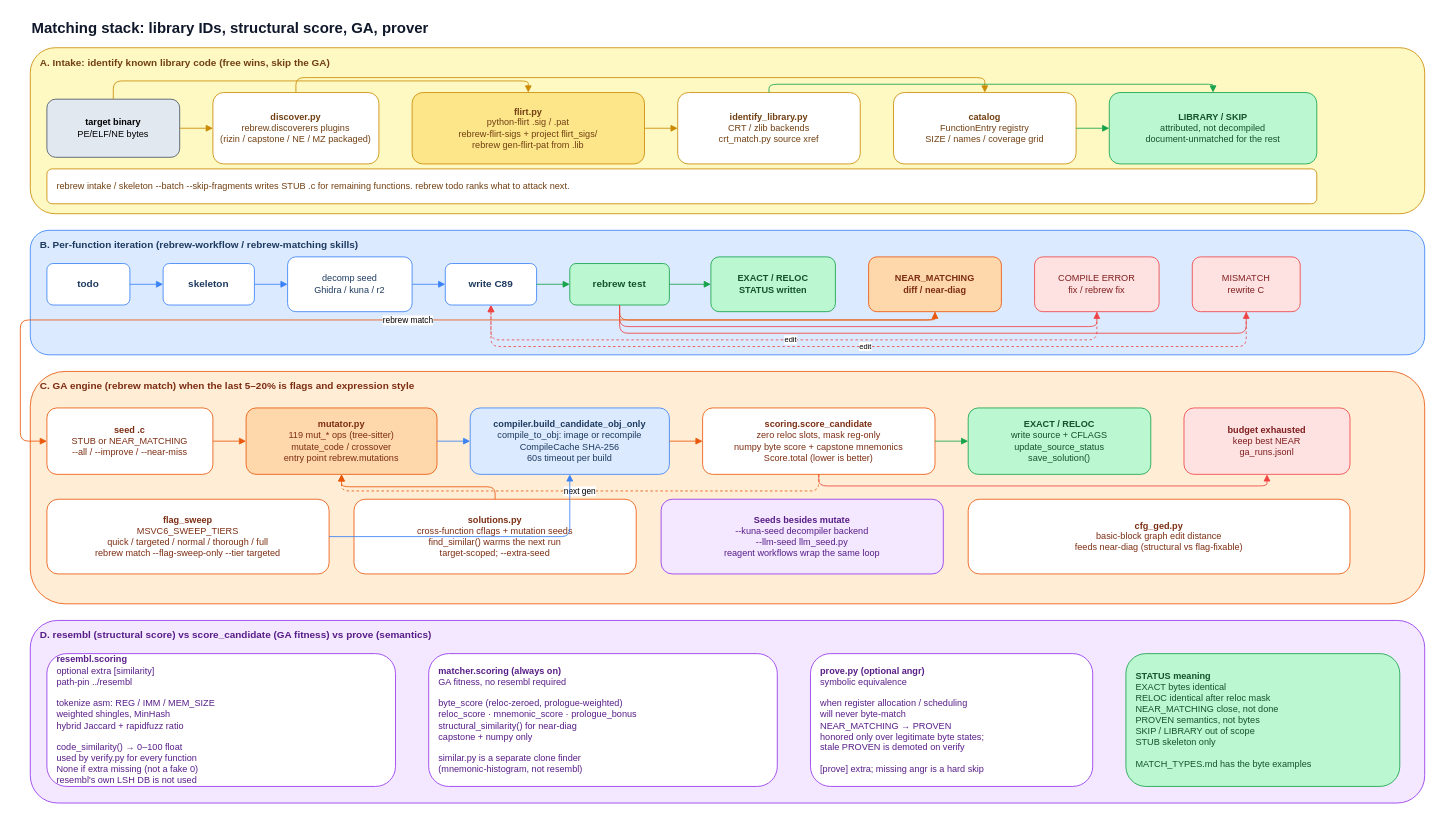
This is page "4. FLIRT, resembl, GA" (4 of 9) of docs/architecture.drawio from maci0/rebrew, a draw.io file, before an edit. Source tidied: cells renumbered, new cells numbered last; positions are measured from the earlier drawing's top-left corner, leaving out a move shared by most shapes. Both pictures are drawn from the tidied source at 83%, with x=0, y=0 at pixel (20, 14).
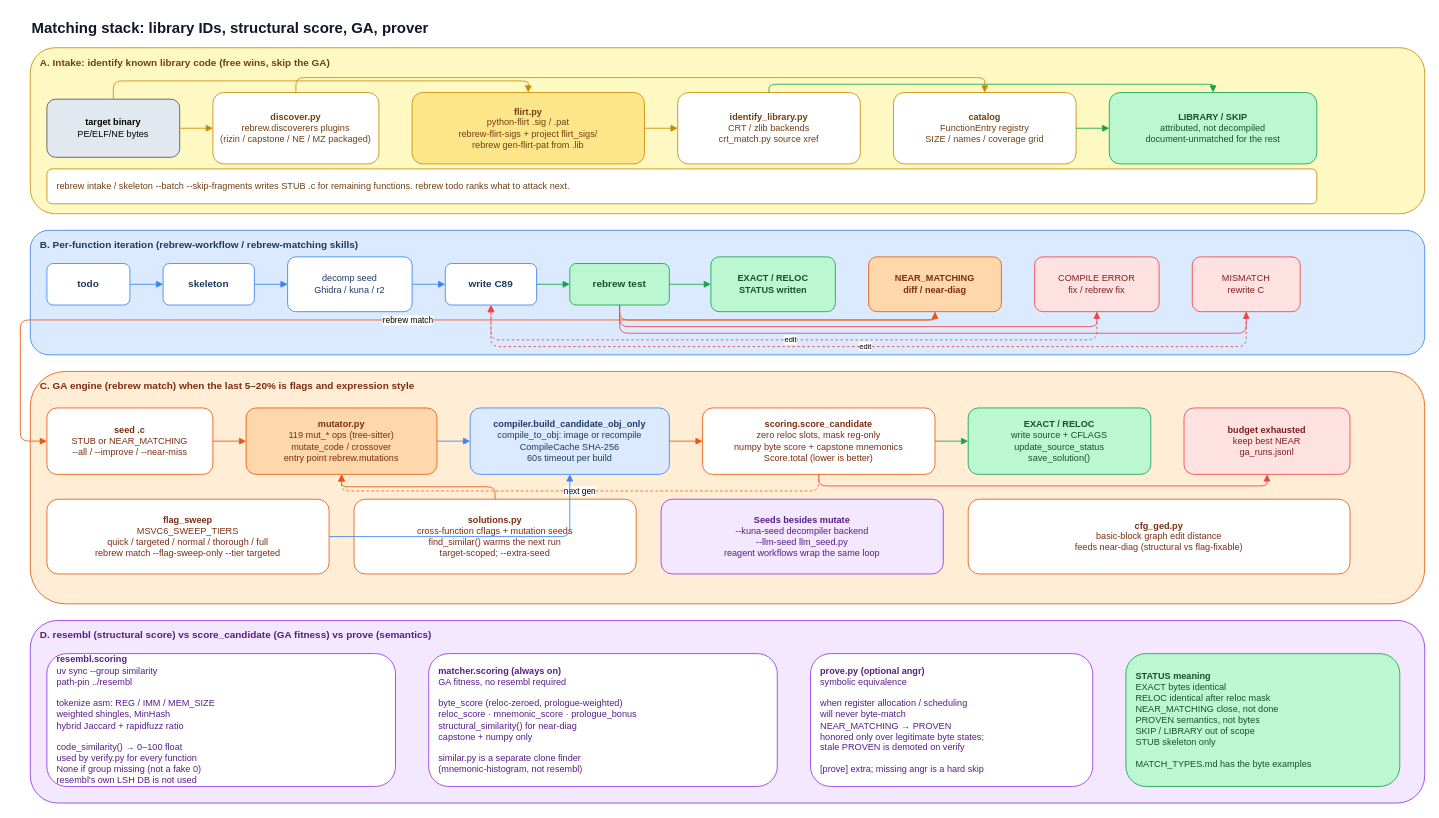
After the change.

Change to the diagram source:
```diff
@@
-    <mxCell id="58" value="&lt;b&gt;resembl.scoring&lt;/b&gt;&lt;br&gt;optional extra [similarity]&lt;br&gt;path-pin ../resembl&lt;br&gt;&lt;br&gt;tokenize asm: REG / IMM / MEM_SIZE&lt;br&gt;weighted shingles, MinHash&lt;br&gt;hybrid Jaccard + rapidfuzz ratio&lt;br&gt;&lt;br&gt;code_similarity() → 0–100 float&lt;br&gt;used by verify.py for every function&lt;br&gt;None if extra missing (not a fake 0)&lt;br&gt;resembl's own LSH DB is not used" style="rounded=1;whiteSpace=wrap;html=1;fillColor=#ffffff;strokeColor=#9333ea;fontColor=#581c87;align=left;spacingLeft=10;fontSize=11;" parent="1" vertex="1">
+    <mxCell id="58" value="&lt;b&gt;resembl.scoring&lt;/b&gt;&lt;br&gt;uv sync --group similarity&lt;br&gt;path-pin ../resembl&lt;br&gt;&lt;br&gt;tokenize asm: REG / IMM / MEM_SIZE&lt;br&gt;weighted shingles, MinHash&lt;br&gt;hybrid Jaccard + rapidfuzz ratio&lt;br&gt;&lt;br&gt;code_similarity() → 0–100 float&lt;br&gt;used by verify.py for every function&lt;br&gt;None if group missing (not a fake 0)&lt;br&gt;resembl's own LSH DB is not used" style="rounded=1;whiteSpace=wrap;html=1;fillColor=#ffffff;strokeColor=#9333ea;fontColor=#581c87;align=left;spacingLeft=10;fontSize=11;" parent="1" vertex="1">
       <mxGeometry x="32" y="770" width="420" height="160" as="geometry" />
     </mxCell>
```
